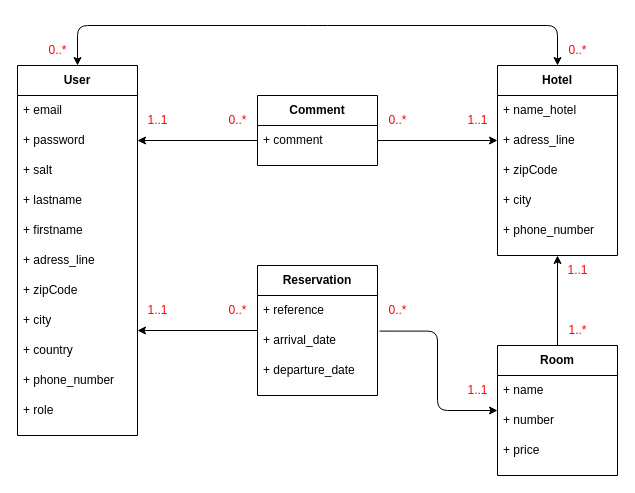
SebastienCANVILLE/backdreaminluxehotelnew keeps this draw.io diagram as Conception/diagrammeBaseDeDonnées.drawio. Above is the earlier version. Source tidied: cells renumbered, new cells numbered last; positions are measured from the earlier drawing's top-left corner, leaving out a move shared by most shapes. Both pictures are drawn from the tidied source at 100%, with x=0, y=0 at pixel (17, 25).
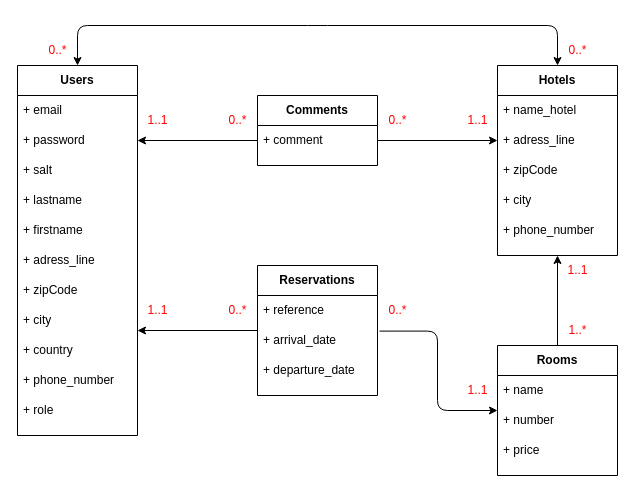
After the change.

Commit message (it also covers changes not shown here):
feat schéma ERD et création CRUD user commenté et testé

What changed in the source:
```diff
@@
-    <mxCell id="2" value="User" style="swimlane;whiteSpace=wrap;html=1;startSize=30;" parent="1" vertex="1">
+    <mxCell id="2" value="Users" style="swimlane;whiteSpace=wrap;html=1;startSize=30;" parent="1" vertex="1">
       <mxGeometry y="40" width="120" height="370" as="geometry" />
     </mxCell>
@@
-    <mxCell id="15" value="Reservation" style="swimlane;whiteSpace=wrap;html=1;startSize=30;" parent="1" vertex="1">
+    <mxCell id="15" value="Reservations" style="swimlane;whiteSpace=wrap;html=1;startSize=30;" parent="1" vertex="1">
       <mxGeometry x="240" y="240" width="120" height="130" as="geometry" />
     </mxCell>
@@
-    <mxCell id="19" value="Hotel" style="swimlane;whiteSpace=wrap;html=1;startSize=30;" parent="1" vertex="1">
+    <mxCell id="19" value="Hotels" style="swimlane;whiteSpace=wrap;html=1;startSize=30;" parent="1" vertex="1">
       <mxGeometry x="480" y="40" width="120" height="190" as="geometry" />
     </mxCell>
@@
-    <mxCell id="26" value="Room" style="swimlane;whiteSpace=wrap;html=1;startSize=30;" parent="1" vertex="1">
+    <mxCell id="26" value="Rooms" style="swimlane;whiteSpace=wrap;html=1;startSize=30;" parent="1" vertex="1">
       <mxGeometry x="480" y="320" width="120" height="130" as="geometry" />
     </mxCell>
@@
-    <mxCell id="36" value="Comment" style="swimlane;whiteSpace=wrap;html=1;startSize=30;" parent="1" vertex="1">
+    <mxCell id="36" value="Comments" style="swimlane;whiteSpace=wrap;html=1;startSize=30;" parent="1" vertex="1">
       <mxGeometry x="240" y="70" width="120" height="70" as="geometry" />
     </mxCell>
```
